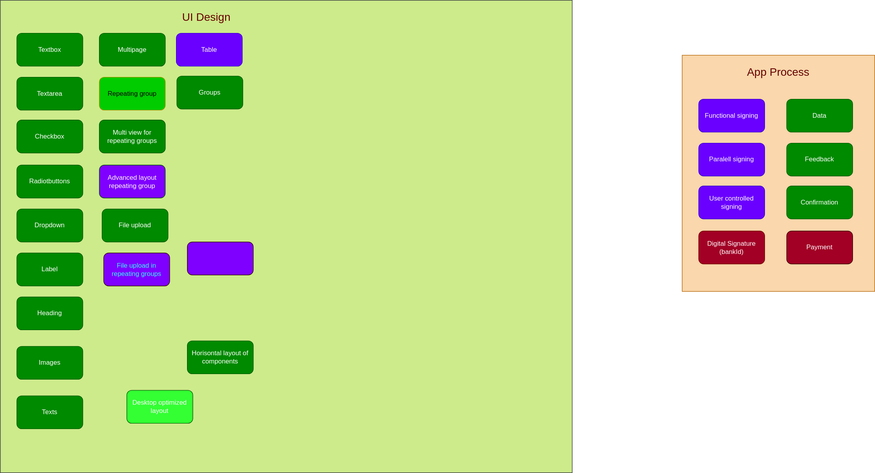
Above: content/community/roadmap/productfeatures.drawio.svg in Altinn/altinn-studio-docs (draw.io), before the change. Source tidied: cells renumbered, new cells last; positions are measured from the earlier drawing's top-left corner, leaving out a move shared by most shapes.
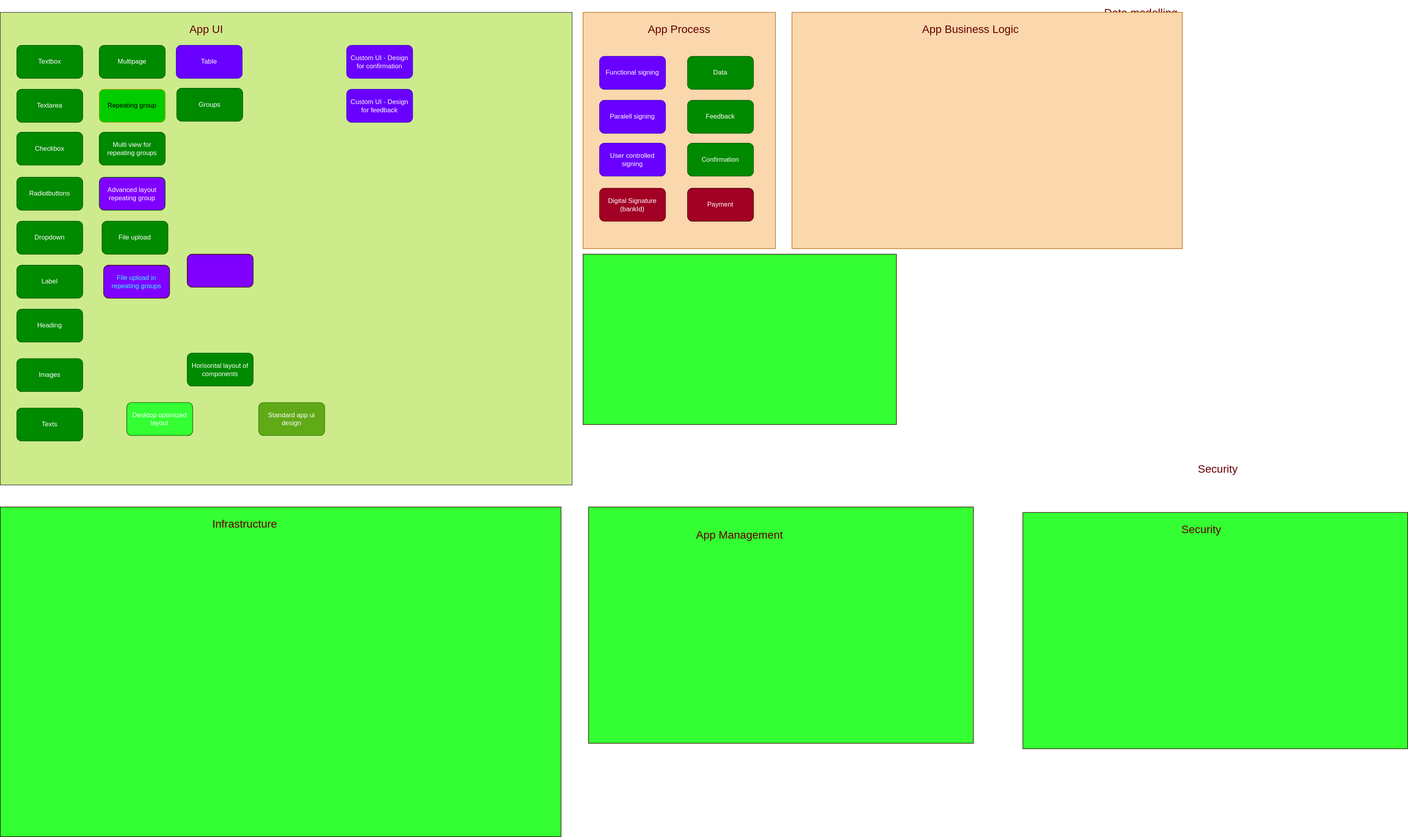
After the change.

What changed in the source:
```diff
@@ -3,34 +3,34 @@
     <mxCell id="0" />
     <mxCell id="1" parent="0" />
     <mxCell id="2" style="rounded=0;whiteSpace=wrap;html=1;fillColor=#fad7ac;strokeColor=#b46504;" parent="1" vertex="1">
-      <mxGeometry x="1240" y="100" width="350" height="430" as="geometry" />
+      <mxGeometry x="1060" width="350" height="430" as="geometry" />
     </mxCell>
     <mxCell id="3" value="Functional signing" style="rounded=1;whiteSpace=wrap;html=1;fillColor=#6a00ff;strokeColor=#3700CC;fontColor=#ffffff;" parent="1" vertex="1">
-      <mxGeometry x="1270" y="180" width="120" height="60" as="geometry" />
+      <mxGeometry x="1090" y="80" width="120" height="60" as="geometry" />
     </mxCell>
     <mxCell id="4" value="Paralell signing" style="rounded=1;whiteSpace=wrap;html=1;fillColor=#6a00ff;strokeColor=#3700CC;fontColor=#ffffff;" parent="1" vertex="1">
-      <mxGeometry x="1270" y="260" width="120" height="60" as="geometry" />
+      <mxGeometry x="1090" y="160" width="120" height="60" as="geometry" />
     </mxCell>
     <mxCell id="5" value="User controlled signing" style="rounded=1;whiteSpace=wrap;html=1;fillColor=#6a00ff;strokeColor=#3700CC;fontColor=#ffffff;" parent="1" vertex="1">
-      <mxGeometry x="1270" y="338" width="120" height="60" as="geometry" />
+      <mxGeometry x="1090" y="238" width="120" height="60" as="geometry" />
     </mxCell>
     <mxCell id="6" value="Digital Signature (bankId)" style="rounded=1;whiteSpace=wrap;html=1;fillColor=#a20025;strokeColor=#6F0000;fontColor=#ffffff;" parent="1" vertex="1">
-      <mxGeometry x="1270" y="420" width="120" height="60" as="geometry" />
+      <mxGeometry x="1090" y="320" width="120" height="60" as="geometry" />
     </mxCell>
     <mxCell id="7" value="Data" style="rounded=1;whiteSpace=wrap;html=1;fillColor=#008a00;strokeColor=#005700;fontColor=#ffffff;" parent="1" vertex="1">
-      <mxGeometry x="1430" y="180" width="120" height="60" as="geometry" />
+      <mxGeometry x="1250" y="80" width="120" height="60" as="geometry" />
     </mxCell>
     <mxCell id="8" value="Feedback" style="rounded=1;whiteSpace=wrap;html=1;fillColor=#008a00;strokeColor=#005700;fontColor=#ffffff;" parent="1" vertex="1">
-      <mxGeometry x="1430" y="260" width="120" height="60" as="geometry" />
+      <mxGeometry x="1250" y="160" width="120" height="60" as="geometry" />
     </mxCell>
     <mxCell id="9" value="Confirmation" style="rounded=1;whiteSpace=wrap;html=1;fillColor=#008a00;strokeColor=#005700;fontColor=#ffffff;" parent="1" vertex="1">
-      <mxGeometry x="1430" y="338" width="120" height="60" as="geometry" />
+      <mxGeometry x="1250" y="238" width="120" height="60" as="geometry" />
     </mxCell>
     <mxCell id="10" value="App Process" style="text;html=1;align=center;verticalAlign=middle;whiteSpace=wrap;rounded=0;strokeWidth=5;fontSize=20;fontColor=#660000;" parent="1" vertex="1">
-      <mxGeometry x="1320" y="110" width="190" height="40" as="geometry" />
+      <mxGeometry x="1140" y="10" width="190" height="40" as="geometry" />
     </mxCell>
     <mxCell id="11" value="Payment" style="rounded=1;whiteSpace=wrap;html=1;fontSize=12;fontColor=#ffffff;strokeWidth=1;fillColor=#a20025;strokeColor=#330000;" parent="1" vertex="1">
-      <mxGeometry x="1430" y="420" width="120" height="60" as="geometry" />
+      <mxGeometry x="1250" y="320" width="120" height="60" as="geometry" />
     </mxCell>
     <mxCell id="12" style="rounded=0;whiteSpace=wrap;html=1;fontSize=12;strokeColor=#36393d;strokeWidth=1;fillColor=#cdeb8b;" parent="1" vertex="1">
       <mxGeometry width="1040" height="860" as="geometry" />
@@ -86,7 +86,7 @@
     <mxCell id="29" value="Desktop optimized layout" style="rounded=1;whiteSpace=wrap;html=1;strokeColor=#005700;fontColor=#ffffff;fillColor=#33FF33;" parent="1" vertex="1">
       <mxGeometry x="230" y="710" width="120" height="60" as="geometry" />
     </mxCell>
-    <mxCell id="30" value="UI Design" style="text;html=1;align=center;verticalAlign=middle;whiteSpace=wrap;rounded=0;strokeWidth=5;fontSize=20;fontColor=#660000;" parent="1" vertex="1">
+    <mxCell id="30" value="App UI" style="text;html=1;align=center;verticalAlign=middle;whiteSpace=wrap;rounded=0;strokeWidth=5;fontSize=20;fontColor=#660000;" parent="1" vertex="1">
       <mxGeometry x="280" y="10" width="190" height="40" as="geometry" />
     </mxCell>
     <mxCell id="31" value="Images" style="rounded=1;whiteSpace=wrap;html=1;fillColor=#008a00;strokeColor=#005700;fontColor=#ffffff;" parent="1" vertex="1">
@@ -98,5 +98,50 @@
     <mxCell id="33" value="Groups" style="rounded=1;whiteSpace=wrap;html=1;fontSize=12;fontColor=#ffffff;strokeColor=#005700;strokeWidth=1;fillColor=#008a00;" parent="1" vertex="1">
       <mxGeometry x="321" y="138" width="120" height="60" as="geometry" />
     </mxCell>
+    <mxCell id="34" value="Custom UI - Design for confirmation" style="rounded=1;whiteSpace=wrap;html=1;fillColor=#6a00ff;strokeColor=#3700CC;fontColor=#ffffff;" parent="1" vertex="1">
+      <mxGeometry x="630" y="60" width="120" height="60" as="geometry" />
+    </mxCell>
+    <mxCell id="35" value="Custom UI - Design for feedback" style="rounded=1;whiteSpace=wrap;html=1;fillColor=#6a00ff;strokeColor=#3700CC;fontColor=#ffffff;" parent="1" vertex="1">
+      <mxGeometry x="630" y="140" width="120" height="60" as="geometry" />
+    </mxCell>
+    <mxCell id="36" value="Standard app ui design" style="rounded=1;whiteSpace=wrap;html=1;fillColor=#60a917;strokeColor=#2D7600;fontColor=#ffffff;" parent="1" vertex="1">
+      <mxGeometry x="470" y="710" width="120" height="60" as="geometry" />
+    </mxCell>
+    <mxCell id="37" style="rounded=0;whiteSpace=wrap;html=1;fontSize=12;fontColor=#33FFFF;strokeColor=#330000;strokeWidth=1;fillColor=#33FF33;" parent="1" vertex="1">
+      <mxGeometry x="1070" y="900" width="700" height="430" as="geometry" />
+    </mxCell>
+    <mxCell id="38" value="App Management" style="text;html=1;align=center;verticalAlign=middle;whiteSpace=wrap;rounded=0;strokeWidth=5;fontSize=20;fontColor=#660000;" parent="1" vertex="1">
+      <mxGeometry x="1250" y="930" width="190" height="40" as="geometry" />
+    </mxCell>
+    <mxCell id="39" value="Infrastructure" style="text;html=1;align=center;verticalAlign=middle;whiteSpace=wrap;rounded=0;strokeWidth=5;fontSize=20;fontColor=#660000;" parent="1" vertex="1">
+      <mxGeometry x="560" y="1070" width="190" height="40" as="geometry" />
+    </mxCell>
+    <mxCell id="40" style="rounded=0;whiteSpace=wrap;html=1;fontSize=12;fontColor=#33FFFF;strokeColor=#330000;strokeWidth=1;fillColor=#33FF33;" parent="1" vertex="1">
+      <mxGeometry y="900" width="1020" height="600" as="geometry" />
+    </mxCell>
+    <mxCell id="41" value="Infrastructure" style="text;html=1;align=center;verticalAlign=middle;whiteSpace=wrap;rounded=0;strokeWidth=5;fontSize=20;fontColor=#660000;" parent="1" vertex="1">
+      <mxGeometry x="350" y="910" width="190" height="40" as="geometry" />
+    </mxCell>
+    <mxCell id="42" style="rounded=0;whiteSpace=wrap;html=1;fontSize=12;fontColor=#33FFFF;strokeColor=#330000;strokeWidth=1;fillColor=#33FF33;" parent="1" vertex="1">
+      <mxGeometry x="1860" y="910" width="700" height="430" as="geometry" />
+    </mxCell>
+    <mxCell id="43" value="Security" style="text;html=1;align=center;verticalAlign=middle;whiteSpace=wrap;rounded=0;strokeWidth=5;fontSize=20;fontColor=#660000;" parent="1" vertex="1">
+      <mxGeometry x="2090" y="920" width="190" height="40" as="geometry" />
+    </mxCell>
+    <mxCell id="44" style="rounded=0;whiteSpace=wrap;html=1;fontSize=12;fontColor=#33FFFF;strokeColor=#330000;strokeWidth=1;fillColor=#33FF33;" parent="1" vertex="1">
+      <mxGeometry x="1060" y="440" width="570" height="310" as="geometry" />
+    </mxCell>
+    <mxCell id="45" value="Security" style="text;html=1;align=center;verticalAlign=middle;whiteSpace=wrap;rounded=0;strokeWidth=5;fontSize=20;fontColor=#660000;" parent="1" vertex="1">
+      <mxGeometry x="2120" y="810" width="190" height="40" as="geometry" />
+    </mxCell>
+    <mxCell id="46" value="Data modelling" style="text;html=1;align=center;verticalAlign=middle;whiteSpace=wrap;rounded=0;strokeWidth=5;fontSize=20;fontColor=#660000;" parent="1" vertex="1">
+      <mxGeometry x="1980" y="-20" width="190" height="40" as="geometry" />
+    </mxCell>
+    <mxCell id="47" style="rounded=0;whiteSpace=wrap;html=1;fillColor=#fad7ac;strokeColor=#b46504;" parent="1" vertex="1">
+      <mxGeometry x="1440" width="710" height="430" as="geometry" />
+    </mxCell>
+    <mxCell id="48" value="App Business Logic" style="text;html=1;align=center;verticalAlign=middle;whiteSpace=wrap;rounded=0;strokeWidth=5;fontSize=20;fontColor=#660000;" parent="1" vertex="1">
+      <mxGeometry x="1670" y="10" width="190" height="40" as="geometry" />
+    </mxCell>
   </root>
 </mxGraphModel>
```
